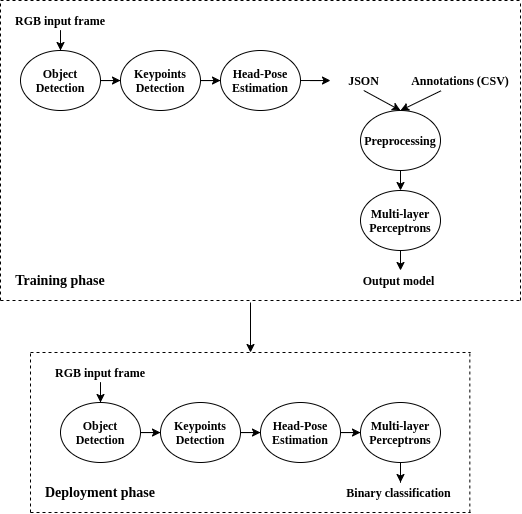
Before: teaser/system_diagram.png, a diagram exported from draw.io (junwenkwan/human-robot-handover). Source tidied: cells renumbered, new cells last; positions are measured from the earlier drawing's top-left corner, leaving out a move shared by most shapes.
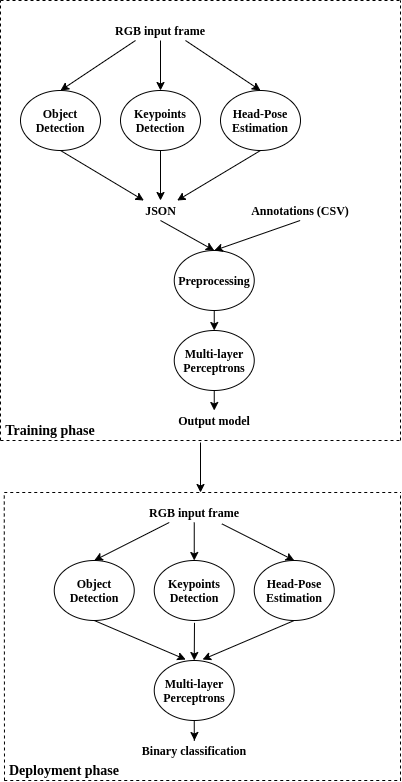
The same file after the commit.

Commit message:
Updated system diagram

What changed in the source:
```diff
@@ -2,157 +2,171 @@
   <root>
     <mxCell id="0" />
     <mxCell id="1" parent="0" />
-    <mxCell id="2" style="edgeStyle=orthogonalEdgeStyle;rounded=0;jettySize=auto;html=1;" parent="1" edge="1" source="3" target="5">
-      <mxGeometry relative="1" as="geometry" />
-    </mxCell>
     <mxCell id="3" value="&lt;font face=&quot;Times New Roman&quot;&gt;&lt;b&gt;Object Detection&lt;/b&gt;&lt;/font&gt;" style="ellipse;whiteSpace=wrap;html=1;" parent="1" vertex="1">
-      <mxGeometry x="60" y="402" width="80" height="60" as="geometry" />
+      <mxGeometry x="53.8" y="520" width="80" height="60" as="geometry" />
     </mxCell>
-    <mxCell id="4" style="edgeStyle=orthogonalEdgeStyle;rounded=0;jettySize=auto;html=1;" parent="1" edge="1" source="5" target="7">
-      <mxGeometry relative="1" as="geometry" />
-    </mxCell>
     <mxCell id="5" value="&lt;font face=&quot;Times New Roman&quot;&gt;&lt;b&gt;Keypoints Detection&lt;/b&gt;&lt;/font&gt;" style="ellipse;whiteSpace=wrap;html=1;" parent="1" vertex="1">
-      <mxGeometry x="160" y="402" width="80" height="60" as="geometry" />
+      <mxGeometry x="153.8" y="520" width="80" height="60" as="geometry" />
     </mxCell>
-    <mxCell id="6" style="edgeStyle=orthogonalEdgeStyle;rounded=0;jettySize=auto;html=1;" parent="1" edge="1" source="7" target="9">
-      <mxGeometry relative="1" as="geometry" />
-    </mxCell>
     <mxCell id="7" value="&lt;font face=&quot;Times New Roman&quot;&gt;&lt;b&gt;Head-Pose Estimation&lt;br&gt;&lt;/b&gt;&lt;/font&gt;" style="ellipse;whiteSpace=wrap;html=1;" parent="1" vertex="1">
-      <mxGeometry x="260" y="402" width="80" height="60" as="geometry" />
+      <mxGeometry x="253.8" y="520" width="80" height="60" as="geometry" />
     </mxCell>
-    <mxCell id="8" style="edgeStyle=orthogonalEdgeStyle;rounded=0;jettySize=auto;html=1;" parent="1" edge="1" source="9">
-      <mxGeometry relative="1" as="geometry">
-        <mxPoint x="400" y="482" as="targetPoint" />
-      </mxGeometry>
-    </mxCell>
+    <mxCell id="41" style="edgeStyle=orthogonalEdgeStyle;rounded=0;jettySize=auto;html=1;" parent="1" edge="1" source="9">
+      <mxGeometry relative="1" as="geometry">
+        <mxPoint x="194" y="700" as="targetPoint" />
+      </mxGeometry>
+    </mxCell>
     <mxCell id="9" value="&lt;font face=&quot;Times New Roman&quot;&gt;&lt;b&gt;Multi-layer Perceptrons&lt;br&gt;&lt;/b&gt;&lt;/font&gt;" style="ellipse;whiteSpace=wrap;html=1;" parent="1" vertex="1">
-      <mxGeometry x="360" y="402" width="80" height="60" as="geometry" />
+      <mxGeometry x="153.8" y="620" width="80" height="60" as="geometry" />
     </mxCell>
-    <mxCell id="10" style="edgeStyle=orthogonalEdgeStyle;rounded=0;jettySize=auto;html=1;" parent="1" edge="1" source="11" target="3">
-      <mxGeometry relative="1" as="geometry" />
-    </mxCell>
     <mxCell id="11" value="&lt;font face=&quot;Times New Roman&quot;&gt;&lt;b&gt;RGB input frame&lt;/b&gt;&lt;/font&gt;" style="text;html=1;strokeColor=none;fillColor=none;align=center;verticalAlign=middle;whiteSpace=wrap;rounded=0;" parent="1" vertex="1">
-      <mxGeometry x="50" y="362" width="100" height="20" as="geometry" />
+      <mxGeometry x="143.8" y="462" width="100" height="20" as="geometry" />
     </mxCell>
     <mxCell id="12" value="&lt;font face=&quot;Times New Roman&quot;&gt;&lt;b&gt;Binary classification&lt;/b&gt;&lt;/font&gt;" style="text;html=1;strokeColor=none;fillColor=none;align=center;verticalAlign=middle;whiteSpace=wrap;rounded=0;" parent="1" vertex="1">
-      <mxGeometry x="340" y="482" width="116.5" height="20" as="geometry" />
+      <mxGeometry x="135.5" y="700" width="116.5" height="20" as="geometry" />
     </mxCell>
-    <mxCell id="13" style="edgeStyle=orthogonalEdgeStyle;rounded=0;jettySize=auto;html=1;" parent="1" edge="1" source="14" target="16">
-      <mxGeometry relative="1" as="geometry" />
-    </mxCell>
     <mxCell id="14" value="&lt;font face=&quot;Times New Roman&quot;&gt;&lt;b&gt;Object Detection&lt;/b&gt;&lt;/font&gt;" style="ellipse;whiteSpace=wrap;html=1;" parent="1" vertex="1">
       <mxGeometry x="20" y="50" width="80" height="60" as="geometry" />
     </mxCell>
-    <mxCell id="15" style="edgeStyle=orthogonalEdgeStyle;rounded=0;jettySize=auto;html=1;" parent="1" edge="1" source="16" target="18">
-      <mxGeometry relative="1" as="geometry" />
-    </mxCell>
     <mxCell id="16" value="&lt;font face=&quot;Times New Roman&quot;&gt;&lt;b&gt;Keypoints Detection&lt;/b&gt;&lt;/font&gt;" style="ellipse;whiteSpace=wrap;html=1;" parent="1" vertex="1">
       <mxGeometry x="120" y="50" width="80" height="60" as="geometry" />
     </mxCell>
-    <mxCell id="17" style="edgeStyle=orthogonalEdgeStyle;rounded=0;jettySize=auto;html=1;" parent="1" edge="1" source="18" target="23">
-      <mxGeometry relative="1" as="geometry" />
-    </mxCell>
     <mxCell id="18" value="&lt;font face=&quot;Times New Roman&quot;&gt;&lt;b&gt;Head-Pose Estimation&lt;br&gt;&lt;/b&gt;&lt;/font&gt;" style="ellipse;whiteSpace=wrap;html=1;" parent="1" vertex="1">
       <mxGeometry x="220" y="50" width="80" height="60" as="geometry" />
     </mxCell>
     <mxCell id="19" style="edgeStyle=orthogonalEdgeStyle;rounded=0;orthogonalLoop=1;jettySize=auto;html=1;entryX=0.5;entryY=0;entryDx=0;entryDy=0;" parent="1" edge="1">
       <mxGeometry relative="1" as="geometry">
-        <mxPoint x="400" y="170" as="sourcePoint" />
-        <mxPoint x="400" y="190" as="targetPoint" />
+        <mxPoint x="213.8" y="270" as="sourcePoint" />
+        <mxPoint x="213.8" y="290" as="targetPoint" />
       </mxGeometry>
     </mxCell>
     <mxCell id="20" value="&lt;font face=&quot;Times New Roman&quot;&gt;&lt;b&gt;Preprocessing&lt;br&gt;&lt;/b&gt;&lt;/font&gt;" style="ellipse;whiteSpace=wrap;html=1;" parent="1" vertex="1">
-      <mxGeometry x="360" y="110" width="80" height="60" as="geometry" />
+      <mxGeometry x="173.8" y="210" width="80" height="60" as="geometry" />
     </mxCell>
-    <mxCell id="21" style="edgeStyle=orthogonalEdgeStyle;rounded=0;jettySize=auto;html=1;" parent="1" edge="1" source="22" target="14">
-      <mxGeometry relative="1" as="geometry" />
-    </mxCell>
     <mxCell id="22" value="&lt;font face=&quot;Times New Roman&quot;&gt;&lt;b&gt;RGB input frame&lt;/b&gt;&lt;/font&gt;" style="text;html=1;strokeColor=none;fillColor=none;align=center;verticalAlign=middle;whiteSpace=wrap;rounded=0;" parent="1" vertex="1">
-      <mxGeometry x="10" y="10" width="100" height="20" as="geometry" />
+      <mxGeometry x="110" y="-20" width="100" height="20" as="geometry" />
     </mxCell>
     <mxCell id="23" value="&lt;font face=&quot;Times New Roman&quot;&gt;&lt;b&gt;JSON&lt;br&gt;&lt;/b&gt;&lt;/font&gt;" style="text;html=1;strokeColor=none;fillColor=none;align=center;verticalAlign=middle;whiteSpace=wrap;rounded=0;" parent="1" vertex="1">
-      <mxGeometry x="330" y="70" width="66.5" height="20" as="geometry" />
+      <mxGeometry x="126.8" y="160" width="66.5" height="20" as="geometry" />
     </mxCell>
     <mxCell id="24" value="&lt;font face=&quot;Times New Roman&quot;&gt;&lt;b&gt;Annotations (CSV)&lt;br&gt;&lt;/b&gt;&lt;/font&gt;" style="text;html=1;strokeColor=none;fillColor=none;align=center;verticalAlign=middle;whiteSpace=wrap;rounded=0;" parent="1" vertex="1">
-      <mxGeometry x="405.5" y="70" width="108.2" height="20" as="geometry" />
+      <mxGeometry x="245.5" y="160" width="108.2" height="20" as="geometry" />
     </mxCell>
     <mxCell id="25" style="endArrow=none;dashed=1;html=1;" parent="1" edge="1">
       <mxGeometry relative="1" as="geometry">
-        <mxPoint y="300" as="sourcePoint" />
-        <mxPoint x="520" y="300" as="targetPoint" />
+        <mxPoint y="400" as="sourcePoint" />
+        <mxPoint x="400" y="400" as="targetPoint" />
       </mxGeometry>
     </mxCell>
     <mxCell id="26" style="endArrow=none;dashed=1;html=1;" parent="1" edge="1">
       <mxGeometry relative="1" as="geometry">
-        <mxPoint x="520" y="300" as="sourcePoint" />
-        <mxPoint x="520" as="targetPoint" />
+        <mxPoint x="400" y="400" as="sourcePoint" />
+        <mxPoint x="400" y="-40" as="targetPoint" />
       </mxGeometry>
     </mxCell>
     <mxCell id="27" style="endArrow=none;dashed=1;html=1;" parent="1" edge="1">
       <mxGeometry relative="1" as="geometry">
-        <mxPoint as="sourcePoint" />
-        <mxPoint x="520" as="targetPoint" />
+        <mxPoint y="-40" as="sourcePoint" />
+        <mxPoint x="400" y="-40" as="targetPoint" />
       </mxGeometry>
     </mxCell>
     <mxCell id="28" value="&lt;font face=&quot;Times New Roman&quot; style=&quot;font-size: 14px;&quot;&gt;&lt;b style=&quot;font-size: 14px;&quot;&gt;Training phase&lt;/b&gt;&lt;/font&gt;" style="text;html=1;strokeColor=none;fillColor=none;align=center;verticalAlign=middle;whiteSpace=wrap;rounded=0;fontSize=14;" parent="1" vertex="1">
-      <mxGeometry x="10" y="270" width="100" height="20" as="geometry" />
+      <mxGeometry y="380" width="100" height="20" as="geometry" />
     </mxCell>
     <mxCell id="29" style="endArrow=none;dashed=1;html=1;" parent="1" edge="1">
       <mxGeometry relative="1" as="geometry">
-        <mxPoint x="30" y="512" as="sourcePoint" />
-        <mxPoint x="30" y="352" as="targetPoint" />
+        <mxPoint x="4" y="740" as="sourcePoint" />
+        <mxPoint x="3.8" y="452" as="targetPoint" />
       </mxGeometry>
     </mxCell>
     <mxCell id="30" style="endArrow=none;dashed=1;html=1;" parent="1" edge="1">
       <mxGeometry relative="1" as="geometry">
-        <mxPoint x="30" y="352" as="sourcePoint" />
-        <mxPoint x="470" y="352" as="targetPoint" />
+        <mxPoint x="3.8" y="452" as="sourcePoint" />
+        <mxPoint x="400" y="452" as="targetPoint" />
       </mxGeometry>
     </mxCell>
     <mxCell id="31" style="endArrow=none;dashed=1;html=1;" parent="1" edge="1">
       <mxGeometry relative="1" as="geometry">
-        <mxPoint x="469.3" y="512" as="sourcePoint" />
-        <mxPoint x="469.3" y="352" as="targetPoint" />
+        <mxPoint x="400" y="740" as="sourcePoint" />
+        <mxPoint x="400" y="452" as="targetPoint" />
       </mxGeometry>
     </mxCell>
     <mxCell id="32" style="endArrow=none;dashed=1;html=1;" parent="1" edge="1">
       <mxGeometry relative="1" as="geometry">
-        <mxPoint x="30" y="512" as="sourcePoint" />
-        <mxPoint x="470" y="512" as="targetPoint" />
+        <mxPoint x="3.8" y="740" as="sourcePoint" />
+        <mxPoint x="400" y="740" as="targetPoint" />
       </mxGeometry>
     </mxCell>
     <mxCell id="33" value="&lt;font face=&quot;Times New Roman&quot; style=&quot;font-size: 14px;&quot;&gt;&lt;b style=&quot;font-size: 14px;&quot;&gt;Deployment phase&lt;/b&gt;&lt;/font&gt;" style="text;html=1;strokeColor=none;fillColor=none;align=center;verticalAlign=middle;whiteSpace=wrap;rounded=0;fontSize=14;" parent="1" vertex="1">
-      <mxGeometry x="40" y="482" width="120" height="20" as="geometry" />
+      <mxGeometry x="4" y="720" width="120" height="20" as="geometry" />
     </mxCell>
     <mxCell id="34" style="endArrow=classic;html=1;" parent="1" edge="1">
       <mxGeometry relative="1" as="geometry">
-        <mxPoint x="250" y="302" as="sourcePoint" />
-        <mxPoint x="250" y="352" as="targetPoint" />
+        <mxPoint x="200" y="402" as="sourcePoint" />
+        <mxPoint x="200" y="452" as="targetPoint" />
       </mxGeometry>
     </mxCell>
     <mxCell id="35" value="&lt;font face=&quot;Times New Roman&quot;&gt;&lt;b&gt;Multi-layer Perceptrons&lt;br&gt;&lt;/b&gt;&lt;/font&gt;" style="ellipse;whiteSpace=wrap;html=1;" parent="1" vertex="1">
-      <mxGeometry x="360" y="190" width="80" height="60" as="geometry" />
+      <mxGeometry x="173.8" y="290" width="80" height="60" as="geometry" />
     </mxCell>
-    <mxCell id="36" style="endArrow=classic;html=1;entryX=0.5;entryY=0;entryDx=0;entryDy=0;exitX=0.5;exitY=1;exitDx=0;exitDy=0;" parent="1" edge="1" source="23" target="20">
-      <mxGeometry relative="1" as="geometry" />
-    </mxCell>
-    <mxCell id="37" style="endArrow=classic;html=1;entryX=0.5;entryY=0;entryDx=0;entryDy=0;exitX=0.323;exitY=1.016;exitDx=0;exitDy=0;exitPerimeter=0;" parent="1" edge="1" source="24" target="20">
-      <mxGeometry relative="1" as="geometry" />
-    </mxCell>
     <mxCell id="38" style="edgeStyle=orthogonalEdgeStyle;rounded=0;orthogonalLoop=1;jettySize=auto;html=1;" parent="1" edge="1">
       <mxGeometry relative="1" as="geometry">
-        <mxPoint x="400" y="250" as="sourcePoint" />
-        <mxPoint x="400" y="270" as="targetPoint" />
+        <mxPoint x="213.8" y="350" as="sourcePoint" />
+        <mxPoint x="213.8" y="370" as="targetPoint" />
       </mxGeometry>
     </mxCell>
     <mxCell id="39" value="&lt;font face=&quot;Times New Roman&quot;&gt;&lt;b&gt;Output model&lt;br&gt;&lt;/b&gt;&lt;/font&gt;" style="text;html=1;strokeColor=none;fillColor=none;align=center;verticalAlign=middle;whiteSpace=wrap;rounded=0;" parent="1" vertex="1">
-      <mxGeometry x="340" y="270" width="116.5" height="20" as="geometry" />
+      <mxGeometry x="155.5" y="370" width="116.5" height="20" as="geometry" />
     </mxCell>
     <mxCell id="40" style="endArrow=none;dashed=1;html=1;" parent="1" edge="1">
       <mxGeometry relative="1" as="geometry">
-        <mxPoint y="300" as="sourcePoint" />
-        <mxPoint as="targetPoint" />
+        <mxPoint y="400" as="sourcePoint" />
+        <mxPoint y="-40" as="targetPoint" />
       </mxGeometry>
     </mxCell>
+    <mxCell id="42" style="endArrow=classic;html=1;exitX=0.75;exitY=1;exitDx=0;exitDy=0;entryX=0.5;entryY=0;entryDx=0;entryDy=0;" parent="1" edge="1" source="22" target="18">
+      <mxGeometry relative="1" as="geometry" />
+    </mxCell>
+    <mxCell id="43" style="endArrow=classic;html=1;entryX=0.5;entryY=0;entryDx=0;entryDy=0;" parent="1" edge="1" target="16">
+      <mxGeometry relative="1" as="geometry">
+        <mxPoint x="160" as="sourcePoint" />
+      </mxGeometry>
+    </mxCell>
+    <mxCell id="21" style="endArrow=classic;html=1;entryX=0.5;entryY=0;entryDx=0;entryDy=0;exitX=0.25;exitY=1;exitDx=0;exitDy=0;" parent="1" edge="1" source="22" target="14">
+      <mxGeometry relative="1" as="geometry" />
+    </mxCell>
+    <mxCell id="44" style="endArrow=classic;html=1;exitX=0.5;exitY=1;exitDx=0;exitDy=0;entryX=0.5;entryY=0;entryDx=0;entryDy=0;" parent="1" edge="1" source="16" target="23">
+      <mxGeometry relative="1" as="geometry" />
+    </mxCell>
+    <mxCell id="17" style="endArrow=classic;html=1;exitX=0.5;exitY=1;exitDx=0;exitDy=0;" parent="1" edge="1" source="18" target="23">
+      <mxGeometry relative="1" as="geometry" />
+    </mxCell>
+    <mxCell id="45" style="endArrow=classic;html=1;exitX=0.5;exitY=1;exitDx=0;exitDy=0;entryX=0.25;entryY=0;entryDx=0;entryDy=0;" parent="1" edge="1" source="14" target="23">
+      <mxGeometry relative="1" as="geometry" />
+    </mxCell>
+    <mxCell id="36" style="endArrow=classic;html=1;entryX=0.5;entryY=0;entryDx=0;entryDy=0;exitX=0.5;exitY=1;exitDx=0;exitDy=0;" parent="1" edge="1" source="23" target="20">
+      <mxGeometry relative="1" as="geometry" />
+    </mxCell>
+    <mxCell id="37" style="endArrow=classic;html=1;exitX=0.5;exitY=1;exitDx=0;exitDy=0;entryX=0.5;entryY=0;entryDx=0;entryDy=0;" parent="1" edge="1" source="24" target="20">
+      <mxGeometry relative="1" as="geometry" />
+    </mxCell>
+    <mxCell id="46" style="endArrow=classic;html=1;entryX=0.5;entryY=0;entryDx=0;entryDy=0;exitX=0.5;exitY=1;exitDx=0;exitDy=0;" parent="1" edge="1" source="11" target="5">
+      <mxGeometry relative="1" as="geometry" />
+    </mxCell>
+    <mxCell id="10" style="endArrow=classic;html=1;entryX=0.5;entryY=0;entryDx=0;entryDy=0;exitX=0.25;exitY=1;exitDx=0;exitDy=0;" parent="1" edge="1" source="11" target="3">
+      <mxGeometry relative="1" as="geometry" />
+    </mxCell>
+    <mxCell id="47" style="endArrow=classic;html=1;entryX=0.5;entryY=0;entryDx=0;entryDy=0;exitX=0.776;exitY=1.067;exitDx=0;exitDy=0;exitPerimeter=0;" parent="1" edge="1" source="11" target="7">
+      <mxGeometry relative="1" as="geometry" />
+    </mxCell>
+    <mxCell id="48" style="endArrow=classic;html=1;entryX=0.5;entryY=0;entryDx=0;entryDy=0;exitX=0.503;exitY=1.039;exitDx=0;exitDy=0;exitPerimeter=0;" parent="1" edge="1" source="5" target="9">
+      <mxGeometry relative="1" as="geometry" />
+    </mxCell>
+    <mxCell id="49" style="endArrow=classic;html=1;exitX=0.5;exitY=1;exitDx=0;exitDy=0;entryX=0.393;entryY=-0.016;entryDx=0;entryDy=0;entryPerimeter=0;" parent="1" edge="1" source="3" target="9">
+      <mxGeometry relative="1" as="geometry" />
+    </mxCell>
+    <mxCell id="6" style="endArrow=classic;html=1;exitX=0.5;exitY=1;exitDx=0;exitDy=0;entryX=0.604;entryY=-0.016;entryDx=0;entryDy=0;entryPerimeter=0;" parent="1" edge="1" source="7" target="9">
+      <mxGeometry relative="1" as="geometry" />
+    </mxCell>
   </root>
 </mxGraphModel>
```
